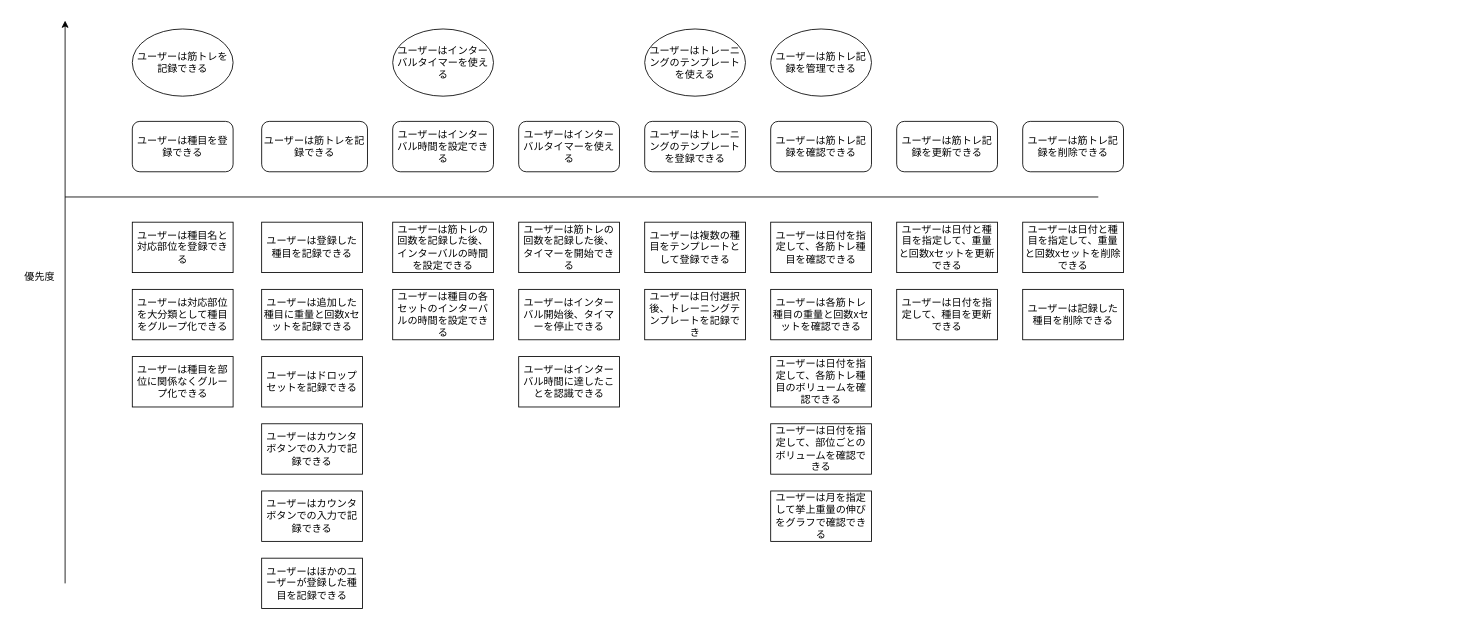
Earlier version of the draw.io diagram page "ユーザーストーリーマッピング" (1 of 2) of PumpTrack.drawio (toppy777/pump-track). Source tidied: cells renumbered, new cells numbered last; positions are measured from the earlier drawing's top-left corner, leaving out a move shared by most shapes. Both pictures are drawn from the tidied source at 84%, with x=0, y=0 at pixel (14, 20).
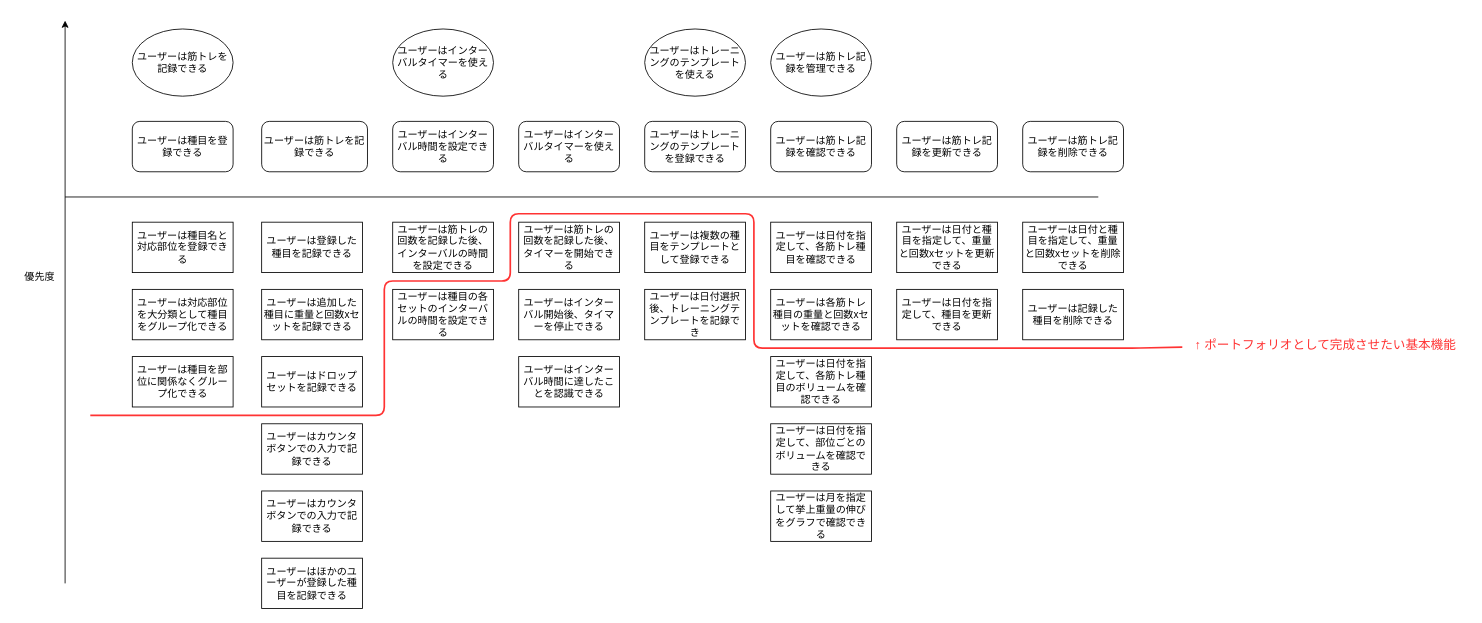
Above is the later version.

Commit message:
#1 ポートフォリオとして実装したい基本機能を決めた

What changed in the source:
```diff
@@
+    <mxCell id="42" style="endArrow=none;html=1;strokeWidth=2;strokeColor=#FF3333;" parent="1" edge="1" target="43">
+      <mxGeometry relative="1" as="geometry">
+        <mxPoint x="90" y="470" as="sourcePoint" />
+        <Array as="points">
+          <mxPoint x="120" y="470" />
+          <mxPoint x="280" y="470" />
+          <mxPoint x="440" y="470" />
+          <mxPoint x="440" y="310" />
+          <mxPoint x="590" y="310" />
+          <mxPoint x="590" y="230" />
+          <mxPoint x="730" y="230" />
+          <mxPoint x="880" y="230" />
+          <mxPoint x="880" y="390" />
+          <mxPoint x="1040" y="390" />
+          <mxPoint x="1180" y="390" />
+          <mxPoint x="1330" y="390" />
+        </Array>
+      </mxGeometry>
+    </mxCell>
+    <mxCell id="43" value="&lt;font style=&quot;color: rgb(255, 51, 51); font-size: 15px;&quot;&gt;↑ ポートフォリオとして完成させたい基本機能&lt;/font&gt;" style="text;html=1;align=center;verticalAlign=middle;points=[];strokeColor=none;fillColor=none;" parent="1" vertex="1">
+      <mxGeometry x="1390" y="370" width="340" height="30" as="geometry" />
+    </mxCell>
```
